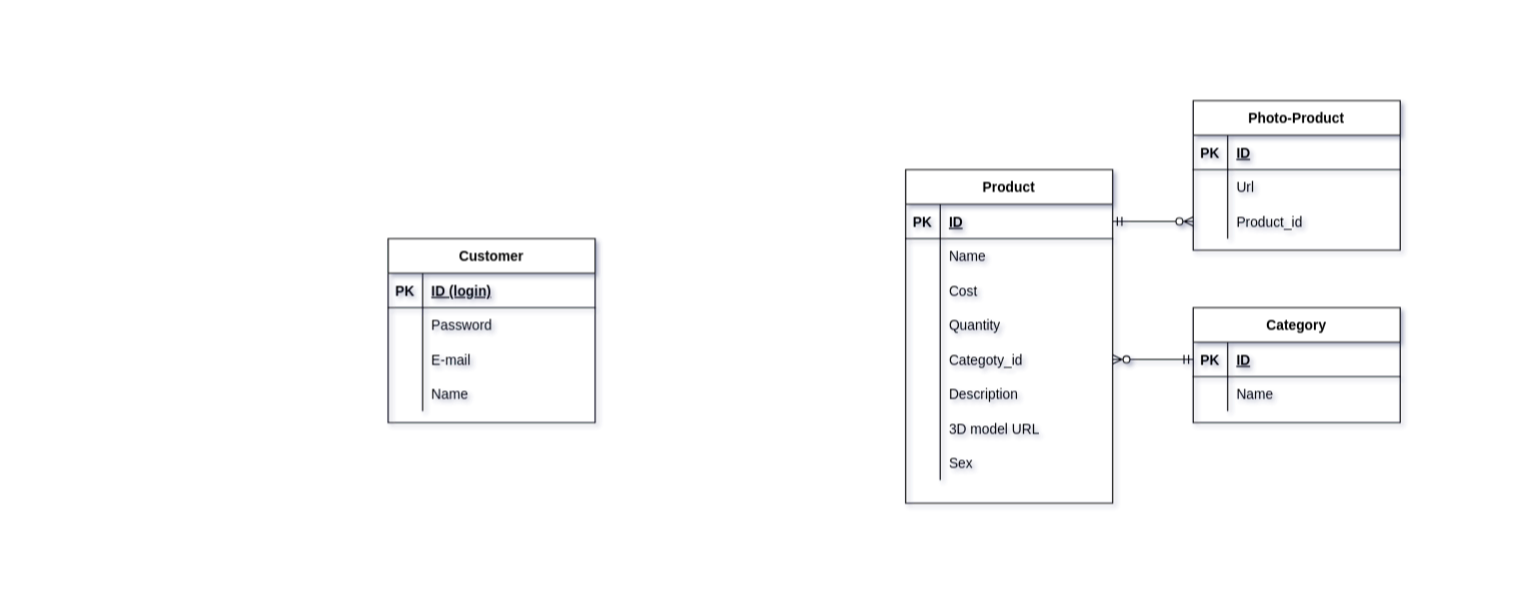
Above: Untitled Diagram.drawio in RDRrod/Site-Shop (draw.io), before the change. Source tidied: cells renumbered, new cells numbered last; positions are measured from the earlier drawing's top-left corner, leaving out a move shared by most shapes. Both pictures are drawn from the tidied source at 115%, with x=0, y=0 at pixel (388, 100).
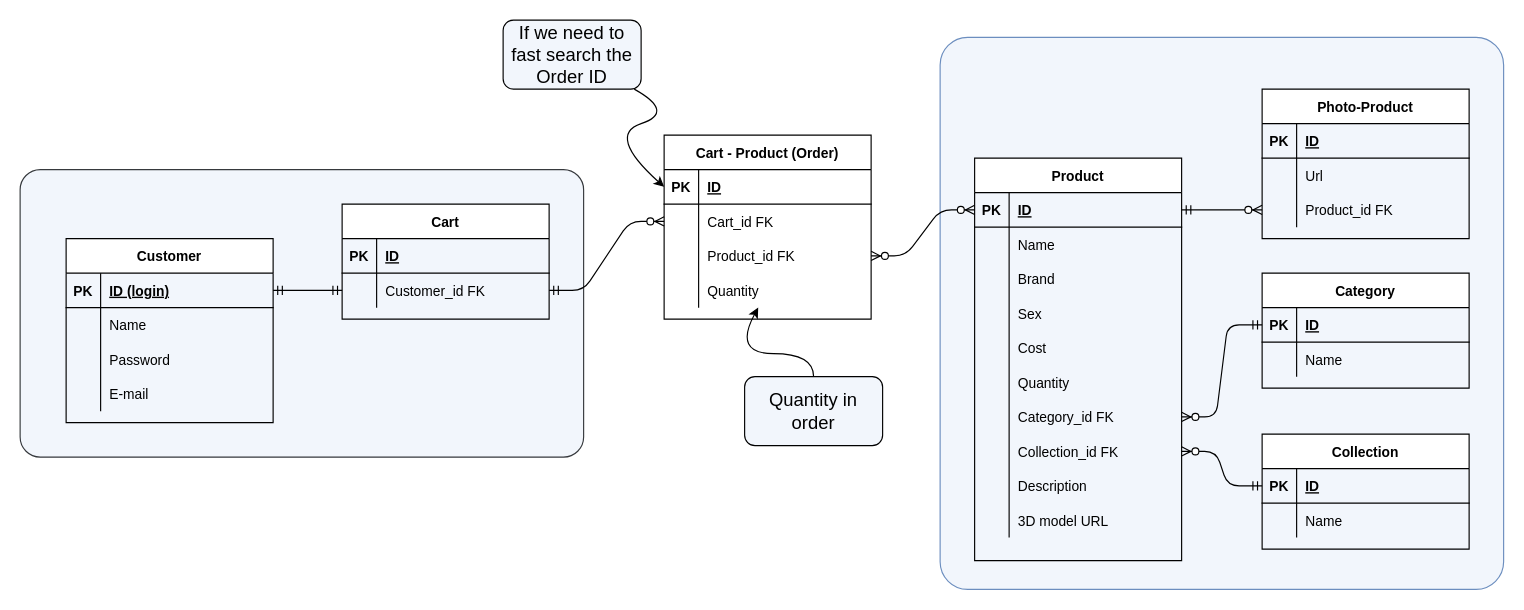
The same page after the edit.

Unchanged cells that the change refers to:
```xml
<mxCell id="3" style="shape=partialRectangle;fillColor=none;top=0;left=0;bottom=1;right=0;points=[[0,0.5],[1,0.5]];portConstraint=eastwest;" parent="2" vertex="1">
  <mxGeometry y="30" width="180" height="30" as="geometry" />
</mxCell>
<mxCell id="16" style="shape=partialRectangle;fillColor=none;top=0;left=0;bottom=1;right=0;points=[[0,0.5],[1,0.5]];portConstraint=eastwest;" parent="15" vertex="1">
  <mxGeometry y="30" width="180" height="30" as="geometry" />
</mxCell>
<mxCell id="47" style="shape=partialRectangle;fillColor=none;top=0;left=0;bottom=0;right=0;points=[[0,0.5],[1,0.5]];portConstraint=eastwest;" parent="40" vertex="1">
  <mxGeometry y="90" width="180" height="30" as="geometry" />
</mxCell>
```

Change to the diagram source:
```diff
@@
-<mxGraphModel background="#ffffff" shadow="1">
+<mxGraphModel>
@@
+    <mxCell id="59" style="rounded=1;whiteSpace=wrap;html=1;strokeColor=#6c8ebf;arcSize=5;gradientDirection=north;shadow=0;glass=0;fillColor=#F2F6FC;" parent="1" vertex="1">
+      <mxGeometry x="480" y="-55" width="490" height="480" as="geometry" />
+    </mxCell>
+    <mxCell id="60" style="rounded=1;whiteSpace=wrap;html=1;strokeColor=#36393d;arcSize=7;fillColor=#F2F6FC;" parent="1" vertex="1">
+      <mxGeometry x="-320" y="60" width="490" height="250" as="geometry" />
+    </mxCell>
     <mxCell id="2" value="Customer" style="shape=table;startSize=30;childLayout=tableLayout;rowLines=0;fontStyle=1;align=center;" parent="1" vertex="1">
-      <mxGeometry y="120" width="180" height="160" as="geometry" />
+      <mxGeometry x="-280" y="120" width="180" height="160" as="geometry" />
     </mxCell>
@@
+    <mxCell id="12" style="shape=partialRectangle;fillColor=none;top=0;left=0;bottom=0;right=0;" parent="2" vertex="1">
+      <mxGeometry y="60" width="180" height="30" as="geometry" />
+    </mxCell>
+    <mxCell id="13" style="shape=partialRectangle;fillColor=none;top=0;left=0;bottom=0;right=0;overflow=hidden;" parent="12" vertex="1">
+      <mxGeometry width="30" height="30" as="geometry" />
+    </mxCell>
+    <mxCell id="14" value="Name" style="shape=partialRectangle;fillColor=none;top=0;left=0;bottom=0;right=0;align=left;spacingLeft=6;overflow=hidden;" parent="12" vertex="1">
+      <mxGeometry x="30" width="150" height="30" as="geometry" />
+    </mxCell>
     <mxCell id="6" style="shape=partialRectangle;fillColor=none;top=0;left=0;bottom=0;right=0;" parent="2" vertex="1">
-      <mxGeometry y="60" width="180" height="30" as="geometry" />
+      <mxGeometry y="90" width="180" height="30" as="geometry" />
     </mxCell>
@@
     <mxCell id="9" style="shape=partialRectangle;fillColor=none;top=0;left=0;bottom=0;right=0;" parent="2" vertex="1">
-      <mxGeometry y="90" width="180" height="30" as="geometry" />
+      <mxGeometry y="120" width="180" height="30" as="geometry" />
     </mxCell>
@@
-    <mxCell id="12" style="shape=partialRectangle;fillColor=none;top=0;left=0;bottom=0;right=0;" parent="2" vertex="1">
-      <mxGeometry y="120" width="180" height="30" as="geometry" />
-    </mxCell>
-    <mxCell id="13" style="shape=partialRectangle;fillColor=none;top=0;left=0;bottom=0;right=0;overflow=hidden;" parent="12" vertex="1">
-      <mxGeometry width="30" height="30" as="geometry" />
-    </mxCell>
-    <mxCell id="14" value="Name" style="shape=partialRectangle;fillColor=none;top=0;left=0;bottom=0;right=0;align=left;spacingLeft=6;overflow=hidden;" parent="12" vertex="1">
-      <mxGeometry x="30" width="150" height="30" as="geometry" />
-    </mxCell>
     <mxCell id="15" value="Product" style="shape=table;startSize=30;childLayout=tableLayout;rowLines=0;fontStyle=1;align=center;" parent="1" vertex="1">
-      <mxGeometry x="450" y="60" width="180" height="290" as="geometry" />
+      <mxGeometry x="510" y="50" width="180" height="350" as="geometry" />
     </mxCell>
@@
+    <mxCell id="61" style="shape=partialRectangle;fillColor=none;top=0;left=0;bottom=0;right=0;" parent="15" vertex="1">
+      <mxGeometry y="90" width="180" height="30" as="geometry" />
+    </mxCell>
+    <mxCell id="62" style="shape=partialRectangle;fillColor=none;top=0;left=0;bottom=0;right=0;overflow=hidden;" parent="61" vertex="1">
+      <mxGeometry width="30" height="30" as="geometry" />
+    </mxCell>
+    <mxCell id="63" value="Brand" style="shape=partialRectangle;fillColor=none;top=0;left=0;bottom=0;right=0;align=left;spacingLeft=6;overflow=hidden;" parent="61" vertex="1">
+      <mxGeometry x="30" width="150" height="30" as="geometry" />
+    </mxCell>
+    <mxCell id="37" style="shape=partialRectangle;fillColor=none;top=0;left=0;bottom=0;right=0;" parent="15" vertex="1">
+      <mxGeometry y="120" width="180" height="30" as="geometry" />
+    </mxCell>
+    <mxCell id="38" style="shape=partialRectangle;fillColor=none;top=0;left=0;bottom=0;right=0;overflow=hidden;" parent="37" vertex="1">
+      <mxGeometry width="30" height="30" as="geometry" />
+    </mxCell>
+    <mxCell id="39" value="Sex" style="shape=partialRectangle;fillColor=none;top=0;left=0;bottom=0;right=0;align=left;spacingLeft=6;overflow=hidden;" parent="37" vertex="1">
+      <mxGeometry x="30" width="150" height="30" as="geometry" />
+    </mxCell>
     <mxCell id="22" style="shape=partialRectangle;fillColor=none;top=0;left=0;bottom=0;right=0;" parent="15" vertex="1">
-      <mxGeometry y="90" width="180" height="30" as="geometry" />
+      <mxGeometry y="150" width="180" height="30" as="geometry" />
     </mxCell>
@@
     <mxCell id="25" style="shape=partialRectangle;fillColor=none;top=0;left=0;bottom=0;right=0;" parent="15" vertex="1">
-      <mxGeometry y="120" width="180" height="30" as="geometry" />
+      <mxGeometry y="180" width="180" height="30" as="geometry" />
     </mxCell>
@@
     <mxCell id="28" style="shape=partialRectangle;fillColor=none;top=0;left=0;bottom=0;right=0;points=[[0,0.5],[1,0.5]];portConstraint=eastwest;" parent="15" vertex="1">
-      <mxGeometry y="150" width="180" height="30" as="geometry" />
+      <mxGeometry y="210" width="180" height="30" as="geometry" />
     </mxCell>
@@
-    <mxCell id="30" value="Categoty_id" style="shape=partialRectangle;fillColor=none;top=0;left=0;bottom=0;right=0;align=left;spacingLeft=6;overflow=hidden;" parent="28" vertex="1">
+    <mxCell id="30" value="Category_id FK" style="shape=partialRectangle;fillColor=none;top=0;left=0;bottom=0;right=0;align=left;spacingLeft=6;overflow=hidden;" parent="28" vertex="1">
       <mxGeometry x="30" width="150" height="30" as="geometry" />
     </mxCell>
+    <mxCell id="64" style="shape=partialRectangle;fillColor=none;top=0;left=0;bottom=0;right=0;points=[[0,0.5],[1,0.5]];portConstraint=eastwest;" parent="15" vertex="1">
+      <mxGeometry y="240" width="180" height="30" as="geometry" />
+    </mxCell>
+    <mxCell id="65" style="shape=partialRectangle;fillColor=none;top=0;left=0;bottom=0;right=0;overflow=hidden;" parent="64" vertex="1">
+      <mxGeometry width="30" height="30" as="geometry" />
+    </mxCell>
+    <mxCell id="66" value="Collection_id FK" style="shape=partialRectangle;fillColor=none;top=0;left=0;bottom=0;right=0;align=left;spacingLeft=6;overflow=hidden;" parent="64" vertex="1">
+      <mxGeometry x="30" width="150" height="30" as="geometry" />
+    </mxCell>
     <mxCell id="31" style="shape=partialRectangle;fillColor=none;top=0;left=0;bottom=0;right=0;" parent="15" vertex="1">
-      <mxGeometry y="180" width="180" height="30" as="geometry" />
+      <mxGeometry y="270" width="180" height="30" as="geometry" />
     </mxCell>
@@
     <mxCell id="34" style="shape=partialRectangle;fillColor=none;top=0;left=0;bottom=0;right=0;" parent="15" vertex="1">
-      <mxGeometry y="210" width="180" height="30" as="geometry" />
+      <mxGeometry y="300" width="180" height="30" as="geometry" />
     </mxCell>
@@
-    <mxCell id="37" style="shape=partialRectangle;fillColor=none;top=0;left=0;bottom=0;right=0;" parent="15" vertex="1">
-      <mxGeometry y="240" width="180" height="30" as="geometry" />
-    </mxCell>
-    <mxCell id="38" style="shape=partialRectangle;fillColor=none;top=0;left=0;bottom=0;right=0;overflow=hidden;" parent="37" vertex="1">
-      <mxGeometry width="30" height="30" as="geometry" />
-    </mxCell>
-    <mxCell id="39" value="Sex" style="shape=partialRectangle;fillColor=none;top=0;left=0;bottom=0;right=0;align=left;spacingLeft=6;overflow=hidden;" parent="37" vertex="1">
-      <mxGeometry x="30" width="150" height="30" as="geometry" />
-    </mxCell>
     <mxCell id="40" value="Photo-Product" style="shape=table;startSize=30;childLayout=tableLayout;rowLines=0;fontStyle=1;align=center;" parent="1" vertex="1">
-      <mxGeometry x="700" width="180" height="130" as="geometry" />
+      <mxGeometry x="760" y="-10" width="180" height="130" as="geometry" />
     </mxCell>
@@
-    <mxCell id="49" value="Product_id" style="shape=partialRectangle;fillColor=none;top=0;left=0;bottom=0;right=0;align=left;spacingLeft=6;overflow=hidden;" parent="47" vertex="1">
+    <mxCell id="49" value="Product_id FK" style="shape=partialRectangle;fillColor=none;top=0;left=0;bottom=0;right=0;align=left;spacingLeft=6;overflow=hidden;" parent="47" vertex="1">
       <mxGeometry x="30" width="150" height="30" as="geometry" />
     </mxCell>
@@
     <mxCell id="51" value="Category" style="shape=table;startSize=30;childLayout=tableLayout;rowLines=0;fontStyle=1;align=center;" parent="1" vertex="1">
-      <mxGeometry x="700" y="180" width="180" height="100" as="geometry" />
+      <mxGeometry x="760" y="150" width="180" height="100" as="geometry" />
     </mxCell>
@@
+    <mxCell id="67" value="Cart" style="shape=table;startSize=30;childLayout=tableLayout;rowLines=0;fontStyle=1;align=center;" parent="1" vertex="1">
+      <mxGeometry x="-40" y="90" width="180" height="100" as="geometry" />
+    </mxCell>
+    <mxCell id="68" style="shape=partialRectangle;fillColor=none;top=0;left=0;bottom=1;right=0;" parent="67" vertex="1">
+      <mxGeometry y="30" width="180" height="30" as="geometry" />
+    </mxCell>
+    <mxCell id="69" value="PK" style="shape=partialRectangle;fillColor=none;top=0;left=0;bottom=0;right=0;fontStyle=1;overflow=hidden;" parent="68" vertex="1">
+      <mxGeometry width="30" height="30" as="geometry" />
+    </mxCell>
+    <mxCell id="70" value="ID" style="shape=partialRectangle;fillColor=none;top=0;left=0;bottom=0;right=0;align=left;spacingLeft=6;fontStyle=5;overflow=hidden;" parent="68" vertex="1">
+      <mxGeometry x="30" width="150" height="30" as="geometry" />
+    </mxCell>
+    <mxCell id="71" style="shape=partialRectangle;fillColor=none;top=0;left=0;bottom=0;right=0;points=[[0,0.5],[1,0.5]];portConstraint=eastwest;" parent="67" vertex="1">
+      <mxGeometry y="60" width="180" height="30" as="geometry" />
+    </mxCell>
+    <mxCell id="72" style="shape=partialRectangle;fillColor=none;top=0;left=0;bottom=0;right=0;overflow=hidden;" parent="71" vertex="1">
+      <mxGeometry width="30" height="30" as="geometry" />
+    </mxCell>
+    <mxCell id="73" value="Customer_id FK" style="shape=partialRectangle;fillColor=none;top=0;left=0;bottom=0;right=0;align=left;spacingLeft=6;overflow=hidden;" parent="71" vertex="1">
+      <mxGeometry x="30" width="150" height="30" as="geometry" />
+    </mxCell>
+    <mxCell id="74" style="edgeStyle=entityRelationEdgeStyle;fontSize=12;html=1;endArrow=ERmandOne;startArrow=ERmandOne;" parent="1" edge="1" source="3" target="71">
+      <mxGeometry relative="1" as="geometry" />
+    </mxCell>
+    <mxCell id="75" value="Cart - Product (Order)" style="shape=table;startSize=30;childLayout=tableLayout;rowLines=0;fontStyle=1;align=center;" parent="1" vertex="1">
+      <mxGeometry x="240" y="30" width="180" height="160" as="geometry" />
+    </mxCell>
+    <mxCell id="76" style="shape=partialRectangle;fillColor=none;top=0;left=0;bottom=1;right=0;points=[[0,0.5],[1,0.5]];portConstraint=eastwest;" parent="75" vertex="1">
+      <mxGeometry y="30" width="180" height="30" as="geometry" />
+    </mxCell>
+    <mxCell id="77" value="PK" style="shape=partialRectangle;fillColor=none;top=0;left=0;bottom=0;right=0;fontStyle=1;overflow=hidden;" parent="76" vertex="1">
+      <mxGeometry width="30" height="30" as="geometry" />
+    </mxCell>
+    <mxCell id="78" value="ID" style="shape=partialRectangle;fillColor=none;top=0;left=0;bottom=0;right=0;align=left;spacingLeft=6;fontStyle=5;overflow=hidden;" parent="76" vertex="1">
+      <mxGeometry x="30" width="150" height="30" as="geometry" />
+    </mxCell>
+    <mxCell id="79" style="shape=partialRectangle;fillColor=none;top=0;left=0;bottom=0;right=0;points=[[0,0.5],[1,0.5]];portConstraint=eastwest;" parent="75" vertex="1">
+      <mxGeometry y="60" width="180" height="30" as="geometry" />
+    </mxCell>
+    <mxCell id="80" style="shape=partialRectangle;fillColor=none;top=0;left=0;bottom=0;right=0;overflow=hidden;" parent="79" vertex="1">
+      <mxGeometry width="30" height="30" as="geometry" />
+    </mxCell>
+    <mxCell id="81" value="Cart_id FK" style="shape=partialRectangle;fillColor=none;top=0;left=0;bottom=0;right=0;align=left;spacingLeft=6;overflow=hidden;" parent="79" vertex="1">
+      <mxGeometry x="30" width="150" height="30" as="geometry" />
+    </mxCell>
+    <mxCell id="82" style="shape=partialRectangle;fillColor=none;top=0;left=0;bottom=0;right=0;points=[[0,0.5],[1,0.5]];portConstraint=eastwest;" parent="75" vertex="1">
+      <mxGeometry y="90" width="180" height="30" as="geometry" />
+    </mxCell>
+    <mxCell id="83" style="shape=partialRectangle;fillColor=none;top=0;left=0;bottom=0;right=0;overflow=hidden;" parent="82" vertex="1">
+      <mxGeometry width="30" height="30" as="geometry" />
+    </mxCell>
+    <mxCell id="84" value="Product_id FK" style="shape=partialRectangle;fillColor=none;top=0;left=0;bottom=0;right=0;align=left;spacingLeft=6;overflow=hidden;" parent="82" vertex="1">
+      <mxGeometry x="30" width="150" height="30" as="geometry" />
+    </mxCell>
+    <mxCell id="85" style="shape=partialRectangle;fillColor=none;top=0;left=0;bottom=0;right=0;points=[[0,0.5],[1,0.5]];portConstraint=eastwest;" parent="75" vertex="1">
+      <mxGeometry y="120" width="180" height="30" as="geometry" />
+    </mxCell>
+    <mxCell id="86" style="shape=partialRectangle;fillColor=none;top=0;left=0;bottom=0;right=0;overflow=hidden;" parent="85" vertex="1">
+      <mxGeometry width="30" height="30" as="geometry" />
+    </mxCell>
+    <mxCell id="87" value="Quantity" style="shape=partialRectangle;fillColor=none;top=0;left=0;bottom=0;right=0;align=left;spacingLeft=6;overflow=hidden;" parent="85" vertex="1">
+      <mxGeometry x="30" width="150" height="30" as="geometry" />
+    </mxCell>
+    <mxCell id="88" style="edgeStyle=entityRelationEdgeStyle;fontSize=12;html=1;endArrow=ERzeroToMany;endFill=1;startArrow=ERzeroToMany;" parent="1" edge="1" source="82" target="16">
+      <mxGeometry relative="1" as="geometry" />
+    </mxCell>
+    <mxCell id="89" value="Collection" style="shape=table;startSize=30;childLayout=tableLayout;rowLines=0;fontStyle=1;align=center;" parent="1" vertex="1">
+      <mxGeometry x="760" y="290" width="180" height="100" as="geometry" />
+    </mxCell>
+    <mxCell id="90" style="shape=partialRectangle;fillColor=none;top=0;left=0;bottom=1;right=0;points=[[0,0.5],[1,0.5]];portConstraint=eastwest;" parent="89" vertex="1">
+      <mxGeometry y="30" width="180" height="30" as="geometry" />
+    </mxCell>
+    <mxCell id="91" value="PK" style="shape=partialRectangle;fillColor=none;top=0;left=0;bottom=0;right=0;fontStyle=1;overflow=hidden;" parent="90" vertex="1">
+      <mxGeometry width="30" height="30" as="geometry" />
+    </mxCell>
+    <mxCell id="92" value="ID" style="shape=partialRectangle;fillColor=none;top=0;left=0;bottom=0;right=0;align=left;spacingLeft=6;fontStyle=5;overflow=hidden;" parent="90" vertex="1">
+      <mxGeometry x="30" width="150" height="30" as="geometry" />
+    </mxCell>
+    <mxCell id="93" style="shape=partialRectangle;fillColor=none;top=0;left=0;bottom=0;right=0;" parent="89" vertex="1">
+      <mxGeometry y="60" width="180" height="30" as="geometry" />
+    </mxCell>
+    <mxCell id="94" style="shape=partialRectangle;fillColor=none;top=0;left=0;bottom=0;right=0;overflow=hidden;" parent="93" vertex="1">
+      <mxGeometry width="30" height="30" as="geometry" />
+    </mxCell>
+    <mxCell id="95" value="Name" style="shape=partialRectangle;fillColor=none;top=0;left=0;bottom=0;right=0;align=left;spacingLeft=6;overflow=hidden;" parent="93" vertex="1">
+      <mxGeometry x="30" width="150" height="30" as="geometry" />
+    </mxCell>
+    <mxCell id="96" style="edgeStyle=entityRelationEdgeStyle;fontSize=12;html=1;endArrow=ERzeroToMany;startArrow=ERmandOne;" parent="1" edge="1" source="90" target="64">
+      <mxGeometry relative="1" as="geometry" />
+    </mxCell>
+    <mxCell id="97" value="&lt;span style=&quot;font-size: 16px&quot;&gt;Quantity in order&lt;/span&gt;" style="rounded=1;whiteSpace=wrap;html=1;shadow=0;glass=0;fillColor=#F2F6FC;gradientColor=none;" parent="1" vertex="1">
+      <mxGeometry x="310" y="240" width="120" height="60" as="geometry" />
+    </mxCell>
+    <mxCell id="98" style="curved=1;endArrow=classic;html=1;" parent="1" edge="1" source="97" target="85">
+      <mxGeometry relative="1" as="geometry">
+        <Array as="points">
+          <mxPoint x="370" y="220" />
+          <mxPoint x="300" y="220" />
+        </Array>
+      </mxGeometry>
+    </mxCell>
+    <mxCell id="99" value="&lt;span style=&quot;font-size: 16px&quot;&gt;If we need to fast search the Order ID&lt;/span&gt;" style="rounded=1;whiteSpace=wrap;html=1;shadow=0;glass=0;fillColor=#F2F6FC;gradientColor=none;" parent="1" vertex="1">
+      <mxGeometry x="100" y="-70" width="120" height="60" as="geometry" />
+    </mxCell>
+    <mxCell id="100" style="curved=1;endArrow=classic;html=1;entryX=0;entryY=0.5;entryDx=0;entryDy=0;" parent="1" edge="1" source="99" target="76">
+      <mxGeometry relative="1" as="geometry">
+        <Array as="points">
+          <mxPoint x="250" y="10" />
+          <mxPoint x="190" y="30" />
+        </Array>
+      </mxGeometry>
+    </mxCell>
+    <mxCell id="101" style="edgeStyle=entityRelationEdgeStyle;fontSize=12;html=1;endArrow=ERzeroToMany;startArrow=ERmandOne;" parent="1" edge="1" source="71" target="79">
+      <mxGeometry relative="1" as="geometry" />
+    </mxCell>
```
